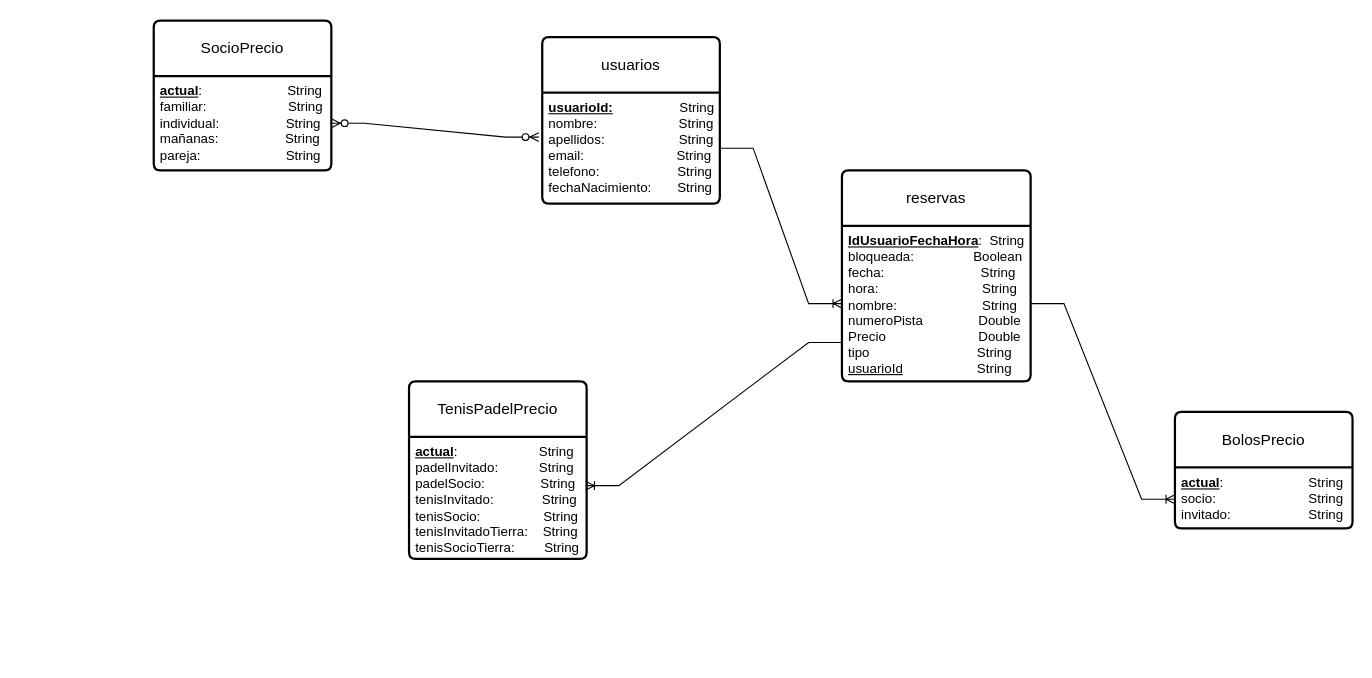
The draw.io diagram Trabajo_Fin_Grado/E02/Diagrama Relacional.drawio in vod275/TFG_VIctor_Oliver, before the edit. Source tidied: cells renumbered, new cells numbered last; positions are measured from the earlier drawing's top-left corner, leaving out a move shared by most shapes. Both pictures are drawn from the tidied source at 111%, with x=0, y=0 at pixel (153, 20).
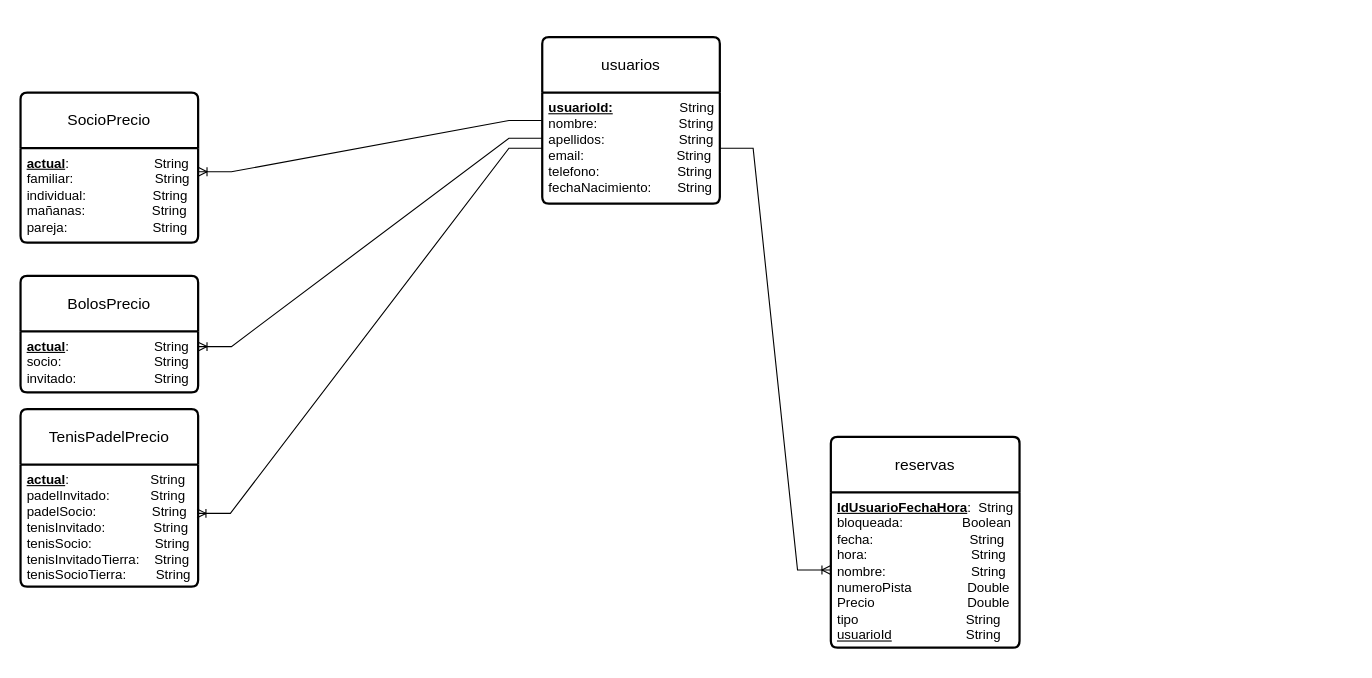
After the change.

Change to the diagram source:
```diff
@@
 <mxGraphModel>
   <root>
     <mxCell id="0" />
     <mxCell id="1" parent="0" />
     <mxCell id="2" value="SocioPrecio" style="swimlane;horizontal=1;startSize=50;rounded=1;fontSize=14;fontStyle=0;strokeWidth=2;shadow=0;dashed=0;align=center;arcSize=4;whiteSpace=wrap;html=1;" parent="1" vertex="1">
-      <mxGeometry width="160" height="135" as="geometry" />
+      <mxGeometry x="-120" y="65" width="160" height="135" as="geometry" />
     </mxCell>
     <mxCell id="3" value="&lt;div&gt;&lt;b&gt;&lt;u&gt;actual&lt;/u&gt;&lt;/b&gt;:&amp;nbsp; &amp;nbsp; &amp;nbsp; &amp;nbsp; &amp;nbsp; &amp;nbsp; &amp;nbsp; &amp;nbsp; &amp;nbsp; &amp;nbsp; &amp;nbsp; &amp;nbsp;String&lt;/div&gt;familiar:&amp;nbsp; &amp;nbsp; &amp;nbsp; &amp;nbsp; &amp;nbsp; &amp;nbsp; &amp;nbsp; &amp;nbsp; &amp;nbsp; &amp;nbsp; &amp;nbsp; String&lt;div&gt;individual:&amp;nbsp; &amp;nbsp; &amp;nbsp; &amp;nbsp; &amp;nbsp; &amp;nbsp; &amp;nbsp; &amp;nbsp; &amp;nbsp; &lt;span style=&quot;background-color: transparent; color: light-dark(rgb(0, 0, 0), rgb(255, 255, 255));&quot;&gt;String&lt;/span&gt;&lt;/div&gt;&lt;div&gt;mañanas:&amp;nbsp; &amp;nbsp; &amp;nbsp; &amp;nbsp; &amp;nbsp; &amp;nbsp; &amp;nbsp; &amp;nbsp; &amp;nbsp;&amp;nbsp;&lt;span style=&quot;background-color: transparent; color: light-dark(rgb(0, 0, 0), rgb(255, 255, 255));&quot;&gt;String&lt;/span&gt;&lt;/div&gt;&lt;div&gt;pareja:&amp;nbsp; &amp;nbsp; &amp;nbsp; &amp;nbsp; &amp;nbsp; &amp;nbsp; &amp;nbsp; &amp;nbsp; &amp;nbsp; &amp;nbsp; &amp;nbsp; &amp;nbsp;&lt;span style=&quot;background-color: transparent; color: light-dark(rgb(0, 0, 0), rgb(255, 255, 255));&quot;&gt;String&lt;/span&gt;&lt;/div&gt;" style="align=left;strokeColor=none;fillColor=none;spacingLeft=4;spacingRight=4;fontSize=12;verticalAlign=top;html=1;whiteSpace=wrap;" parent="2" vertex="1">
       <mxGeometry y="50" width="160" height="85" as="geometry" />
     </mxCell>
     <mxCell id="4" value="BolosPrecio" style="swimlane;horizontal=1;startSize=50;rounded=1;fontSize=14;fontStyle=0;strokeWidth=2;shadow=0;dashed=0;align=center;arcSize=4;whiteSpace=wrap;html=1;" parent="1" vertex="1">
-      <mxGeometry x="920" y="352.5" width="160" height="105" as="geometry" />
+      <mxGeometry x="-120" y="230" width="160" height="105" as="geometry" />
     </mxCell>
     <mxCell id="5" value="&lt;div&gt;&lt;b&gt;&lt;u&gt;actual&lt;/u&gt;&lt;/b&gt;:&amp;nbsp; &amp;nbsp; &amp;nbsp; &amp;nbsp; &amp;nbsp; &amp;nbsp; &amp;nbsp; &amp;nbsp; &amp;nbsp; &amp;nbsp; &amp;nbsp; &amp;nbsp;String&lt;/div&gt;socio:&amp;nbsp; &amp;nbsp; &amp;nbsp; &amp;nbsp; &amp;nbsp; &amp;nbsp; &amp;nbsp; &amp;nbsp; &amp;nbsp; &amp;nbsp; &amp;nbsp; &amp;nbsp; &amp;nbsp;String&lt;br&gt;invitado:&amp;nbsp; &amp;nbsp; &amp;nbsp; &amp;nbsp; &amp;nbsp; &amp;nbsp; &amp;nbsp; &amp;nbsp; &amp;nbsp; &amp;nbsp; &amp;nbsp;String&lt;div&gt;&lt;br&gt;&lt;/div&gt;" style="align=left;strokeColor=none;fillColor=none;spacingLeft=4;spacingRight=4;fontSize=12;verticalAlign=top;html=1;whiteSpace=wrap;" parent="4" vertex="1">
       <mxGeometry y="50" width="160" height="55" as="geometry" />
     </mxCell>
     <mxCell id="6" value="TenisPadelPrecio" style="swimlane;horizontal=1;startSize=50;rounded=1;fontSize=14;fontStyle=0;strokeWidth=2;shadow=0;dashed=0;align=center;arcSize=4;whiteSpace=wrap;html=1;" parent="1" vertex="1">
-      <mxGeometry x="230" y="325" width="160" height="160" as="geometry" />
+      <mxGeometry x="-120" y="350" width="160" height="160" as="geometry" />
     </mxCell>
     <mxCell id="7" value="&lt;div&gt;&lt;b&gt;&lt;u&gt;actual&lt;/u&gt;&lt;/b&gt;:&amp;nbsp; &amp;nbsp; &amp;nbsp; &amp;nbsp; &amp;nbsp; &amp;nbsp; &amp;nbsp; &amp;nbsp; &amp;nbsp; &amp;nbsp; &amp;nbsp; String&lt;/div&gt;padelInvitado:&amp;nbsp; &amp;nbsp; &amp;nbsp; &amp;nbsp; &amp;nbsp;&amp;nbsp;&amp;nbsp;String&lt;div&gt;padelSocio:&amp;nbsp; &amp;nbsp; &amp;nbsp; &amp;nbsp; &amp;nbsp; &amp;nbsp; &amp;nbsp;&amp;nbsp;&lt;span style=&quot;background-color: transparent; color: light-dark(rgb(0, 0, 0), rgb(255, 255, 255));&quot;&gt;&amp;nbsp;&lt;/span&gt;&lt;span style=&quot;background-color: transparent; color: light-dark(rgb(0, 0, 0), rgb(255, 255, 255));&quot;&gt;String&lt;/span&gt;&lt;/div&gt;&lt;div&gt;tenisInvitado:&amp;nbsp; &amp;nbsp; &amp;nbsp; &amp;nbsp; &amp;nbsp; &amp;nbsp;&amp;nbsp;&lt;span style=&quot;background-color: transparent; color: light-dark(rgb(0, 0, 0), rgb(255, 255, 255));&quot;&gt;&amp;nbsp;&lt;/span&gt;&lt;span style=&quot;background-color: transparent; color: light-dark(rgb(0, 0, 0), rgb(255, 255, 255));&quot;&gt;String&lt;/span&gt;&lt;/div&gt;&lt;div&gt;tenisSocio:&amp;nbsp; &amp;nbsp; &amp;nbsp; &amp;nbsp; &amp;nbsp; &amp;nbsp; &amp;nbsp; &amp;nbsp; &amp;nbsp;String&lt;br&gt;tenisInvitadoTierra:&amp;nbsp; &amp;nbsp;&lt;span style=&quot;background-color: transparent; color: light-dark(rgb(0, 0, 0), rgb(255, 255, 255));&quot;&gt;&amp;nbsp;&lt;/span&gt;&lt;span style=&quot;background-color: transparent; color: light-dark(rgb(0, 0, 0), rgb(255, 255, 255));&quot;&gt;String&lt;/span&gt;&lt;/div&gt;&lt;div&gt;tenisSocioTierra:&amp;nbsp; &amp;nbsp; &amp;nbsp; &amp;nbsp; String&lt;br&gt;&lt;br&gt;&lt;/div&gt;" style="align=left;strokeColor=none;fillColor=none;spacingLeft=4;spacingRight=4;fontSize=12;verticalAlign=top;html=1;whiteSpace=wrap;" parent="6" vertex="1">
       <mxGeometry y="50" width="160" height="110" as="geometry" />
     </mxCell>
     <mxCell id="8" value="usuarios" style="swimlane;horizontal=1;startSize=50;rounded=1;fontSize=14;fontStyle=0;strokeWidth=2;shadow=0;dashed=0;align=center;arcSize=4;whiteSpace=wrap;html=1;" parent="1" vertex="1">
       <mxGeometry x="350" y="15" width="160" height="150" as="geometry" />
     </mxCell>
     <mxCell id="9" value="&lt;b&gt;&lt;u&gt;usuarioId:&lt;/u&gt;&lt;/b&gt;&amp;nbsp; &amp;nbsp; &amp;nbsp; &amp;nbsp; &amp;nbsp; &amp;nbsp; &amp;nbsp; &amp;nbsp; &amp;nbsp; String&lt;div&gt;nombre:&amp;nbsp; &amp;nbsp; &amp;nbsp; &amp;nbsp; &amp;nbsp; &amp;nbsp; &amp;nbsp; &amp;nbsp; &amp;nbsp; &amp;nbsp; &amp;nbsp; String&lt;/div&gt;&lt;div&gt;apellidos:&amp;nbsp; &amp;nbsp; &amp;nbsp; &amp;nbsp; &amp;nbsp; &amp;nbsp; &amp;nbsp; &amp;nbsp; &amp;nbsp; &amp;nbsp; String&lt;/div&gt;&lt;div&gt;email:&amp;nbsp; &amp;nbsp; &amp;nbsp; &amp;nbsp; &amp;nbsp; &amp;nbsp; &amp;nbsp; &amp;nbsp; &amp;nbsp; &amp;nbsp; &amp;nbsp; &amp;nbsp; &amp;nbsp;String&lt;/div&gt;&lt;div&gt;telefono:&amp;nbsp; &amp;nbsp; &amp;nbsp; &amp;nbsp; &amp;nbsp; &amp;nbsp; &amp;nbsp; &amp;nbsp; &amp;nbsp; &amp;nbsp; &amp;nbsp;String&lt;/div&gt;&lt;div&gt;fechaNacimiento:&amp;nbsp; &amp;nbsp; &amp;nbsp; &amp;nbsp;String&lt;br&gt;&lt;br&gt;&lt;/div&gt;" style="align=left;strokeColor=none;fillColor=none;spacingLeft=4;spacingRight=4;fontSize=12;verticalAlign=top;html=1;whiteSpace=wrap;" parent="8" vertex="1">
       <mxGeometry y="50" width="160" height="100" as="geometry" />
     </mxCell>
     <mxCell id="10" value="reservas" style="swimlane;horizontal=1;startSize=50;rounded=1;fontSize=14;fontStyle=0;strokeWidth=2;shadow=0;dashed=0;align=center;arcSize=4;whiteSpace=wrap;html=1;" parent="1" vertex="1">
-      <mxGeometry x="620" y="135" width="170" height="190" as="geometry" />
+      <mxGeometry x="610" y="375" width="170" height="190" as="geometry" />
     </mxCell>
     <mxCell id="11" value="&lt;b&gt;&lt;u&gt;IdUsuarioFechaHora&lt;/u&gt;&lt;/b&gt;:&amp;nbsp; String&lt;br&gt;bloqueada:&amp;nbsp; &amp;nbsp; &amp;nbsp; &amp;nbsp; &amp;nbsp; &amp;nbsp; &amp;nbsp; &amp;nbsp; Boolean&lt;div&gt;fecha:&amp;nbsp; &amp;nbsp; &amp;nbsp; &amp;nbsp; &amp;nbsp; &amp;nbsp; &amp;nbsp; &amp;nbsp; &amp;nbsp; &amp;nbsp; &amp;nbsp; &amp;nbsp; &amp;nbsp; String&lt;/div&gt;&lt;div&gt;hora:&amp;nbsp; &amp;nbsp; &amp;nbsp; &amp;nbsp; &amp;nbsp; &amp;nbsp; &amp;nbsp; &amp;nbsp; &amp;nbsp; &amp;nbsp; &amp;nbsp; &amp;nbsp; &amp;nbsp; &amp;nbsp; String&lt;/div&gt;&lt;div&gt;nombre:&amp;nbsp; &amp;nbsp; &amp;nbsp; &amp;nbsp; &amp;nbsp; &amp;nbsp; &amp;nbsp; &amp;nbsp; &amp;nbsp; &amp;nbsp; &amp;nbsp; &amp;nbsp;String&lt;/div&gt;&lt;div&gt;numeroPista&amp;nbsp; &amp;nbsp; &amp;nbsp; &amp;nbsp; &amp;nbsp; &amp;nbsp; &amp;nbsp; &amp;nbsp;Double&lt;/div&gt;&lt;div&gt;Precio&amp;nbsp; &amp;nbsp; &amp;nbsp; &amp;nbsp; &amp;nbsp; &amp;nbsp; &amp;nbsp; &amp;nbsp; &amp;nbsp; &amp;nbsp; &amp;nbsp; &amp;nbsp; &amp;nbsp;Double&lt;/div&gt;&lt;div&gt;tipo&amp;nbsp; &amp;nbsp; &amp;nbsp; &amp;nbsp; &amp;nbsp; &amp;nbsp; &amp;nbsp; &amp;nbsp; &amp;nbsp; &amp;nbsp; &amp;nbsp; &amp;nbsp; &amp;nbsp; &amp;nbsp; &amp;nbsp;String&lt;/div&gt;&lt;div&gt;&lt;u&gt;usuarioId&lt;/u&gt;&amp;nbsp; &amp;nbsp; &amp;nbsp; &amp;nbsp; &amp;nbsp; &amp;nbsp; &amp;nbsp; &amp;nbsp; &amp;nbsp; &amp;nbsp; String&lt;br&gt;&lt;div&gt;&lt;br&gt;&lt;/div&gt;&lt;/div&gt;" style="align=left;strokeColor=none;fillColor=none;spacingLeft=4;spacingRight=4;fontSize=12;verticalAlign=top;html=1;whiteSpace=wrap;" parent="10" vertex="1">
       <mxGeometry y="50" width="170" height="140" as="geometry" />
     </mxCell>
-    <mxCell id="12" style="edgeStyle=entityRelationEdgeStyle;fontSize=12;html=1;endArrow=ERzeroToMany;endFill=1;startArrow=ERzeroToMany;rounded=0;exitX=1;exitY=0.5;exitDx=0;exitDy=0;entryX=-0.019;entryY=0.4;entryDx=0;entryDy=0;entryPerimeter=0;" parent="1" edge="1" source="3" target="9">
-      <mxGeometry relative="1" as="geometry" />
-    </mxCell>
-    <mxCell id="13" style="edgeStyle=entityRelationEdgeStyle;fontSize=12;html=1;endArrow=ERoneToMany;rounded=0;entryX=0.994;entryY=0.4;entryDx=0;entryDy=0;entryPerimeter=0;exitX=0;exitY=0.75;exitDx=0;exitDy=0;" parent="1" edge="1" source="11" target="7">
+    <mxCell id="13" style="edgeStyle=entityRelationEdgeStyle;fontSize=12;html=1;endArrow=ERoneToMany;rounded=0;entryX=0.994;entryY=0.4;entryDx=0;entryDy=0;entryPerimeter=0;" parent="1" edge="1" source="9" target="7">
       <mxGeometry relative="1" as="geometry" />
     </mxCell>
     <mxCell id="14" style="edgeStyle=entityRelationEdgeStyle;fontSize=12;html=1;endArrow=ERoneToMany;rounded=0;entryX=0;entryY=0.5;entryDx=0;entryDy=0;exitX=1;exitY=0.5;exitDx=0;exitDy=0;" parent="1" edge="1" source="9" target="11">
       <mxGeometry relative="1" as="geometry" />
     </mxCell>
-    <mxCell id="15" style="edgeStyle=entityRelationEdgeStyle;fontSize=12;html=1;endArrow=ERoneToMany;rounded=0;entryX=0;entryY=0.75;entryDx=0;entryDy=0;" parent="1" edge="1" source="11" target="4">
+    <mxCell id="15" style="edgeStyle=entityRelationEdgeStyle;fontSize=12;html=1;endArrow=ERoneToMany;rounded=0;entryX=1;entryY=0.25;entryDx=0;entryDy=0;exitX=0;exitY=0.41;exitDx=0;exitDy=0;exitPerimeter=0;" parent="1" edge="1" source="9" target="5">
       <mxGeometry relative="1" as="geometry" />
     </mxCell>
+    <mxCell id="16" style="edgeStyle=entityRelationEdgeStyle;fontSize=12;html=1;endArrow=ERoneToMany;rounded=0;entryX=1;entryY=0.25;entryDx=0;entryDy=0;exitX=0;exitY=0.25;exitDx=0;exitDy=0;" parent="1" edge="1" source="9" target="3">
+      <mxGeometry relative="1" as="geometry" />
+    </mxCell>
   </root>
 </mxGraphModel>
```
